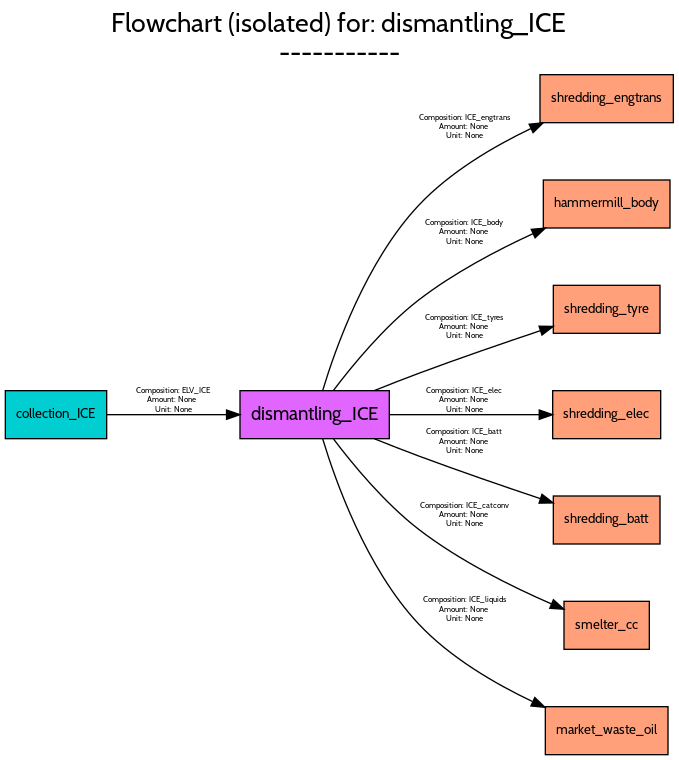
The Graphviz diagram src/examples/ELV/figures/flowcharts/processes/png/dismantling_ICE.png in FutuRaM-Project/Recovery-Model, before a commit. Its source is kept beside it as src/examples/ELV/figures/flowcharts/processes/dot/dismantling_ICE.dot. Its diagram source:
```dot
digraph {
	graph [bb="0,0,501,562",
		font=Cabin,
		fontname=Cabin,
		fontsize=20,
		label="Flowchart (isolated) for: dismantling_ICE
-----------",
		labeljust=c,
		labelloc=tc,
		lheight=0.61,
		lp="250.5,536",
		lwidth=4.75,
		nodesep=0.6,
		rankdir=LR,
		ranksep=0.6
	];
	node [label="\N"];
	dismantling_ICE	[fillcolor=mediumorchid1,
		fontname=Cabin,
		fontsize=14,
		height=0.5,
		pos="232,255",
		shape=box,
		style=filled,
		width=1.5556];
	shredding_engtrans	[fillcolor=lightsalmon1,
		fontname=Cabin,
		fontsize=10,
		height=0.5,
		pos="451,492",
		shape=box,
		style=filled,
		width=1.3889];
	dismantling_ICE -> shredding_engtrans	[color=black,
		fontname=Cabin,
		fontsize=6,
		label="Composition: ICE_engtrans
Amount: None
Unit: None",
		lp="344.5,470.5",
		pos="e,403.4,473.89 237.99,273.04 247.47,304.53 270.73,370.17 310,412 333.32,436.85 366.13,456.15 394.11,469.57"];
	hammermill_body	[fillcolor=lightsalmon1,
		fontname=Cabin,
		fontsize=10,
		height=0.5,
		pos="451,413",
		shape=box,
		style=filled,
		width=1.3194];
	dismantling_ICE -> hammermill_body	[color=black,
		fontname=Cabin,
		fontsize=6,
		label="Composition: ICE_body
Amount: None
Unit: None",
		lp="344.5,391.5",
		pos="e,404.99,394.93 246.13,273.24 260.3,291.98 284.31,321.15 310,341 336.02,361.1 368.51,378.21 395.63,390.7"];
	shredding_tyre	[fillcolor=lightsalmon1,
		fontname=Cabin,
		fontsize=10,
		height=0.5,
		pos="451,334",
		shape=box,
		style=filled,
		width=1.1111];
	dismantling_ICE -> shredding_tyre	[color=black,
		fontname=Cabin,
		fontsize=6,
		label="Composition: ICE_tyres
Amount: None
Unit: None",
		lp="344.5,320.5",
		pos="e,410.88,321.2 276.82,273.1 287.63,277.44 299.2,281.98 310,286 340.13,297.22 374.25,308.94 401.27,317.99"];
	shredding_elec	[fillcolor=lightsalmon1,
		fontname=Cabin,
		fontsize=10,
		height=0.5,
		pos="451,255",
		shape=box,
		style=filled,
		width=1.125];
	dismantling_ICE -> shredding_elec	[color=black,
		fontname=Cabin,
		fontsize=6,
		label="Composition: ICE_elec
Amount: None
Unit: None",
		lp="344.5,265.5",
		pos="e,410.43,255 288.04,255 322.63,255 366.89,255 400.4,255"];
	shredding_batt	[fillcolor=lightsalmon1,
		fontname=Cabin,
		fontsize=10,
		height=0.5,
		pos="451,176",
		shape=box,
		style=filled,
		width=1.1111];
	dismantling_ICE -> shredding_batt	[color=black,
		fontname=Cabin,
		fontsize=6,
		label="Composition: ICE_batt
Amount: None
Unit: None",
		lp="344.5,234.5",
		pos="e,410.88,188.8 276.82,236.9 287.63,232.56 299.2,228.02 310,224 340.13,212.78 374.25,201.06 401.27,192.01"];
	smelter_cc	[fillcolor=lightsalmon1,
		fontname=Cabin,
		fontsize=10,
		height=0.5,
		pos="451,97",
		shape=box,
		style=filled,
		width=0.88889];
	dismantling_ICE -> smelter_cc	[color=black,
		fontname=Cabin,
		fontsize=6,
		label="Composition: ICE_catconv
Amount: None
Unit: None",
		lp="344.5,179.5",
		pos="e,418.9,109.09 246.13,236.76 260.3,218.02 284.31,188.85 310,169 340.61,145.36 380.15,125.85 409.4,113.14"];
	market_waste_oil	[fillcolor=lightsalmon1,
		fontname=Cabin,
		fontsize=10,
		height=0.5,
		pos="451,18",
		shape=box,
		style=filled,
		width=1.2778];
	dismantling_ICE -> market_waste_oil	[color=black,
		fontname=Cabin,
		fontsize=6,
		label="Composition: ICE_liquids
Amount: None
Unit: None",
		lp="344.5,108.5",
		pos="e,404.71,35.516 237.99,236.96 247.47,205.47 270.73,139.83 310,98 333.67,72.787 367.1,53.278 395.35,39.84"];
	collection_ICE	[fillcolor=darkturquoise,
		fontname=Cabin,
		fontsize=10,
		height=0.5,
		pos="38,255",
		shape=box,
		style=filled,
		width=1.0556];
	collection_ICE -> dismantling_ICE	[color=black,
		fontname=Cabin,
		fontsize=6,
		label="Composition: ELV_ICE
Amount: None
Unit: None",
		lp="126,265.5",
		pos="e,175.92,255 76.02,255 101.36,255 135.66,255 165.55,255"];
}
```
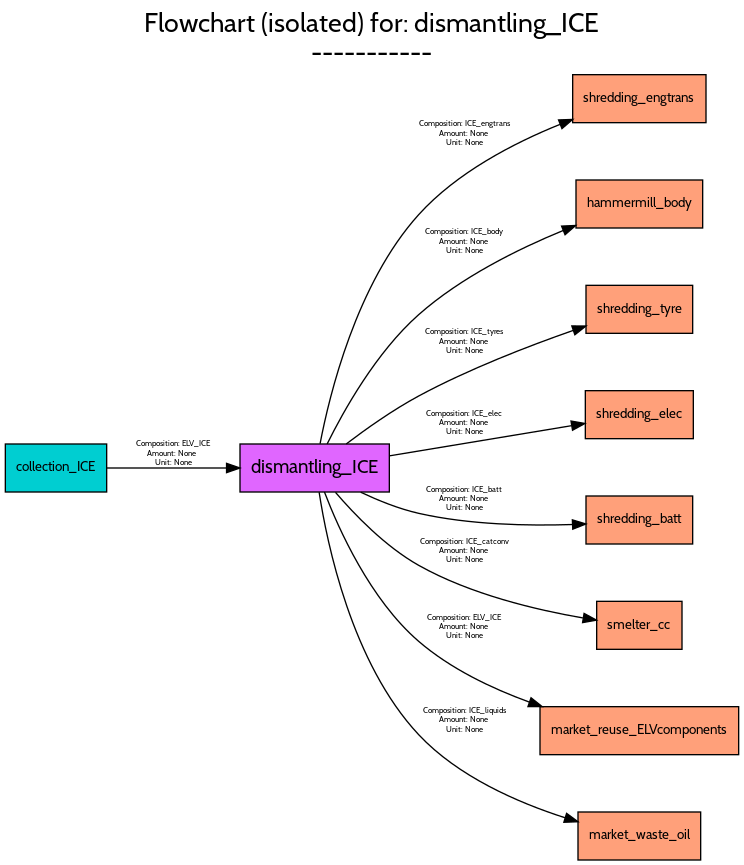
Later version of the same file.

Diff of the diagram source:
```diff
@@ -1,5 +1,5 @@
 digraph {
-	graph [bb="0,0,501,562",
+	graph [bb="0,0,550,641",
 		font=Cabin,
 		fontname=Cabin,
 		fontsize=20,
@@ -8,7 +8,7 @@
 		labeljust=c,
 		labelloc=tc,
 		lheight=0.61,
-		lp="250.5,536",
+		lp="275,615",
 		lwidth=4.75,
 		nodesep=0.6,
 		rankdir=LR,
@@ -19,7 +19,7 @@
 		fontname=Cabin,
 		fontsize=14,
 		height=0.5,
-		pos="232,255",
+		pos="232,294",
 		shape=box,
 		style=filled,
 		width=1.5556];
@@ -27,7 +27,7 @@
 		fontname=Cabin,
 		fontsize=10,
 		height=0.5,
-		pos="451,492",
+		pos="475.5,571",
 		shape=box,
 		style=filled,
 		width=1.3889];
@@ -37,13 +37,13 @@
 		label="Composition: ICE_engtrans
 Amount: None
 Unit: None",
-		lp="344.5,470.5",
-		pos="e,403.4,473.89 237.99,273.04 247.47,304.53 270.73,370.17 310,412 333.32,436.85 366.13,456.15 394.11,469.57"];
+		lp="344.5,544.5",
+		pos="e,425.5,555.44 236.05,312.17 243.05,348.79 263.36,432.37 310,484 338.51,515.56 381.19,537.66 415.93,551.69"];
 	hammermill_body	[fillcolor=lightsalmon1,
 		fontname=Cabin,
 		fontsize=10,
 		height=0.5,
-		pos="451,413",
+		pos="475.5,492",
 		shape=box,
 		style=filled,
 		width=1.3194];
@@ -53,13 +53,13 @@
 		label="Composition: ICE_body
 Amount: None
 Unit: None",
-		lp="344.5,391.5",
-		pos="e,404.99,394.93 246.13,273.24 260.3,291.98 284.31,321.15 310,341 336.02,361.1 368.51,378.21 395.63,390.7"];
+		lp="344.5,463.5",
+		pos="e,427.77,475.91 241.37,312.05 253.53,336.64 278.14,380.83 310,409 341.65,436.99 384.43,458.19 418.43,472.16"];
 	shredding_tyre	[fillcolor=lightsalmon1,
 		fontname=Cabin,
 		fontsize=10,
 		height=0.5,
-		pos="451,334",
+		pos="475.5,413",
 		shape=box,
 		style=filled,
 		width=1.1111];
@@ -69,13 +69,13 @@
 		label="Composition: ICE_tyres
 Amount: None
 Unit: None",
-		lp="344.5,320.5",
-		pos="e,410.88,321.2 276.82,273.1 287.63,277.44 299.2,281.98 310,286 340.13,297.22 374.25,308.94 401.27,317.99"];
+		lp="344.5,388.5",
+		pos="e,435.46,400.49 255.67,312.04 270.54,323.32 290.74,337.63 310,348 347.4,368.14 392.42,385.5 425.9,397.19"];
 	shredding_elec	[fillcolor=lightsalmon1,
 		fontname=Cabin,
 		fontsize=10,
 		height=0.5,
-		pos="451,255",
+		pos="475.5,334",
 		shape=box,
 		style=filled,
 		width=1.125];
@@ -85,13 +85,13 @@
 		label="Composition: ICE_elec
 Amount: None
 Unit: None",
-		lp="344.5,265.5",
-		pos="e,410.43,255 288.04,255 322.63,255 366.89,255 400.4,255"];
+		lp="344.5,327.5",
+		pos="e,434.69,327.41 288.1,303.13 329.21,309.94 384.9,319.16 424.68,325.75"];
 	shredding_batt	[fillcolor=lightsalmon1,
 		fontname=Cabin,
 		fontsize=10,
 		height=0.5,
-		pos="451,176",
+		pos="475.5,255",
 		shape=box,
 		style=filled,
 		width=1.1111];
@@ -101,13 +101,13 @@
 		label="Composition: ICE_batt
 Amount: None
 Unit: None",
-		lp="344.5,234.5",
-		pos="e,410.88,188.8 276.82,236.9 287.63,232.56 299.2,228.02 310,224 340.13,212.78 374.25,201.06 401.27,192.01"];
+		lp="344.5,270.5",
+		pos="e,435.41,252.02 266.53,275.83 279.69,269.6 295.18,263.36 310,260 347.97,251.39 392.12,250.53 425.12,251.6"];
 	smelter_cc	[fillcolor=lightsalmon1,
 		fontname=Cabin,
 		fontsize=10,
 		height=0.5,
-		pos="451,97",
+		pos="475.5,176",
 		shape=box,
 		style=filled,
 		width=0.88889];
@@ -117,13 +117,29 @@
 		label="Composition: ICE_catconv
 Amount: None
 Unit: None",
-		lp="344.5,179.5",
-		pos="e,418.9,109.09 246.13,236.76 260.3,218.02 284.31,188.85 310,169 340.61,145.36 380.15,125.85 409.4,113.14"];
+		lp="344.5,231.5",
+		pos="e,443.37,179.88 247.61,275.74 261.85,259.12 284.96,235.1 310,221 348.69,199.21 398.51,187.51 433.14,181.55"];
+	market_reuse_ELVcomponents	[fillcolor=lightsalmon1,
+		fontname=Cabin,
+		fontsize=10,
+		height=0.5,
+		pos="475.5,97",
+		shape=box,
+		style=filled,
+		width=2.0694];
+	dismantling_ICE -> market_reuse_ELVcomponents	[color=black,
+		fontname=Cabin,
+		fontsize=6,
+		label="Composition: ELV_ICE
+Amount: None
+Unit: None",
+		lp="344.5,174.5",
+		pos="e,402.56,115.06 239.34,275.96 249.92,248.3 273.64,195.34 310,164 333.71,143.56 364.49,128.79 393,118.42"];
 	market_waste_oil	[fillcolor=lightsalmon1,
 		fontname=Cabin,
 		fontsize=10,
 		height=0.5,
-		pos="451,18",
+		pos="475.5,18",
 		shape=box,
 		style=filled,
 		width=1.2778];
@@ -133,13 +149,13 @@
 		label="Composition: ICE_liquids
 Amount: None
 Unit: None",
-		lp="344.5,108.5",
-		pos="e,404.71,35.516 237.99,236.96 247.47,205.47 270.73,139.83 310,98 333.67,72.787 367.1,53.278 395.35,39.84"];
+		lp="344.5,104.5",
+		pos="e,429.47,28.694 235.35,275.84 241.21,237.55 259.76,147.63 310,94 339.39,62.625 384.28,43.091 419.74,31.696"];
 	collection_ICE	[fillcolor=darkturquoise,
 		fontname=Cabin,
 		fontsize=10,
 		height=0.5,
-		pos="38,255",
+		pos="38,294",
 		shape=box,
 		style=filled,
 		width=1.0556];
@@ -149,6 +165,6 @@
 		label="Composition: ELV_ICE
 Amount: None
 Unit: None",
-		lp="126,265.5",
-		pos="e,175.92,255 76.02,255 101.36,255 135.66,255 165.55,255"];
+		lp="126,304.5",
+		pos="e,175.92,294 76.02,294 101.36,294 135.66,294 165.55,294"];
 }
```
